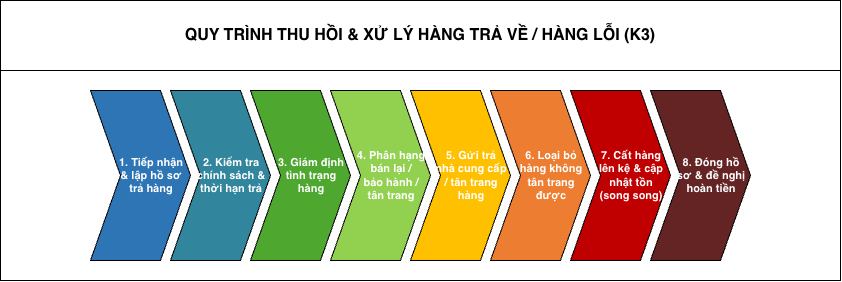
Above: docs/workspaces/NguyenCongHung/svg/bpmn-chevron-k3.drawio.png in anthinh-io/bpm-acfc-vietnam-analysis (draw.io), before the change. Source tidied: cells renumbered, new cells last; positions are measured from the earlier drawing's top-left corner, leaving out a move shared by most shapes.
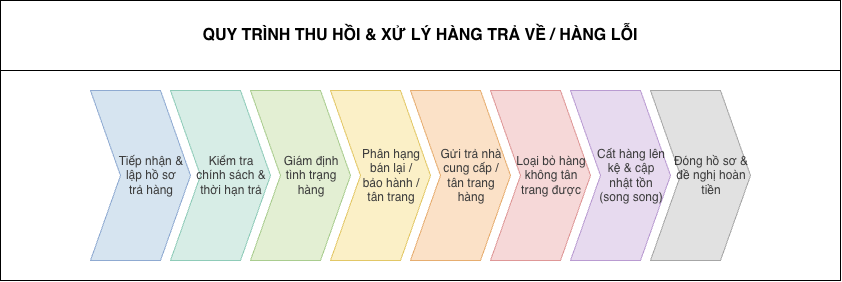
After the commit.

Change to the diagram source:
```diff
@@ -2,34 +2,34 @@
   <root>
     <mxCell id="0" />
     <mxCell id="1" parent="0" />
-    <mxCell id="2" value="QUY TRÌNH THU HỒI &amp; XỬ LÝ HÀNG TRẢ VỀ / HÀNG LỖI (K3)" style="rounded=0;whiteSpace=wrap;html=1;align=center;verticalAlign=middle;fontSize=16;fontStyle=1;fontColor=#000000;" parent="1" vertex="1">
+    <mxCell id="2" value="QUY TRÌNH THU HỒI &amp; XỬ LÝ HÀNG TRẢ VỀ / HÀNG LỖI" style="rounded=0;whiteSpace=wrap;html=1;align=center;verticalAlign=middle;fontSize=16;fontStyle=1;fontColor=#000000;" parent="1" vertex="1">
       <mxGeometry width="840" height="70" as="geometry" />
     </mxCell>
     <mxCell id="3" style="rounded=0;whiteSpace=wrap;html=1;" parent="1" vertex="1">
       <mxGeometry y="70" width="840" height="210" as="geometry" />
     </mxCell>
-    <mxCell id="4" value="1. Tiếp nhận&lt;br&gt;&amp; lập hồ sơ&lt;br&gt;trả hàng" style="html=1;shadow=0;dashed=0;align=center;verticalAlign=middle;shape=mxgraph.arrows2.arrow;dy=0;dx=30;notch=30;whiteSpace=wrap;spacingLeft=22;fillColor=#2E75B6;strokeColor=#000000;fontColor=#ffffff;fontSize=11;fontStyle=1;" parent="1" vertex="1">
+    <mxCell id="4" value="Tiếp nhận &amp;&lt;br&gt;lập hồ sơ&lt;br&gt;trả hàng" style="html=1;shadow=0;dashed=0;align=center;verticalAlign=middle;shape=mxgraph.arrows2.arrow;dy=0;dx=30;notch=30;whiteSpace=wrap;spacingLeft=22;fillColor=#D6E4F0;strokeColor=#8FAAD1;fontColor=#3B3B3B;fontSize=12;fontStyle=0;" parent="1" vertex="1">
       <mxGeometry x="90" y="90" width="100" height="170" as="geometry" />
     </mxCell>
-    <mxCell id="5" value="2. Kiểm tra&lt;br&gt;chính sách &amp;&lt;br&gt;thời hạn trả" style="html=1;shadow=0;dashed=0;align=center;verticalAlign=middle;shape=mxgraph.arrows2.arrow;dy=0;dx=30;notch=30;whiteSpace=wrap;spacingLeft=22;fillColor=#31859C;strokeColor=#000000;fontColor=#ffffff;fontSize=11;fontStyle=1;" parent="1" vertex="1">
+    <mxCell id="5" value="Kiểm tra&lt;br&gt;chính sách &amp;&lt;br&gt;thời hạn trả" style="html=1;shadow=0;dashed=0;align=center;verticalAlign=middle;shape=mxgraph.arrows2.arrow;dy=0;dx=30;notch=30;whiteSpace=wrap;spacingLeft=22;fillColor=#D7EDE6;strokeColor=#8FCBB8;fontColor=#3B3B3B;fontSize=12;fontStyle=0;" parent="1" vertex="1">
       <mxGeometry x="170" y="90" width="100" height="170" as="geometry" />
     </mxCell>
-    <mxCell id="6" value="3. Giám định&lt;br&gt;tình trạng&lt;br&gt;hàng" style="html=1;shadow=0;dashed=0;align=center;verticalAlign=middle;shape=mxgraph.arrows2.arrow;dy=0;dx=30;notch=30;whiteSpace=wrap;spacingLeft=22;fillColor=#4EA72E;strokeColor=#000000;fontColor=#ffffff;fontSize=11;fontStyle=1;" parent="1" vertex="1">
+    <mxCell id="6" value="Giám định&lt;br&gt;tình trạng&lt;br&gt;hàng" style="html=1;shadow=0;dashed=0;align=center;verticalAlign=middle;shape=mxgraph.arrows2.arrow;dy=0;dx=30;notch=30;whiteSpace=wrap;spacingLeft=22;fillColor=#E3EFD3;strokeColor=#A9CC8F;fontColor=#3B3B3B;fontSize=12;fontStyle=0;" parent="1" vertex="1">
       <mxGeometry x="250" y="90" width="100" height="170" as="geometry" />
     </mxCell>
-    <mxCell id="7" value="4. Phân hạng&lt;br&gt;bán lại /&lt;br&gt;bảo hành /&lt;br&gt;tân trang" style="html=1;shadow=0;dashed=0;align=center;verticalAlign=middle;shape=mxgraph.arrows2.arrow;dy=0;dx=30;notch=30;whiteSpace=wrap;spacingLeft=22;fillColor=#92D050;strokeColor=#000000;fontColor=#ffffff;fontSize=11;fontStyle=1;" parent="1" vertex="1">
+    <mxCell id="7" value="Phân hạng&lt;br&gt;bán lại /&lt;br&gt;bảo hành /&lt;br&gt;tân trang" style="html=1;shadow=0;dashed=0;align=center;verticalAlign=middle;shape=mxgraph.arrows2.arrow;dy=0;dx=30;notch=30;whiteSpace=wrap;spacingLeft=22;fillColor=#FBF0C7;strokeColor=#E2C766;fontColor=#3B3B3B;fontSize=12;fontStyle=0;" parent="1" vertex="1">
       <mxGeometry x="330" y="90" width="100" height="170" as="geometry" />
     </mxCell>
-    <mxCell id="8" value="5. Gửi trả&lt;br&gt;nhà cung cấp&lt;br&gt;/ tân trang&lt;br&gt;hàng" style="html=1;shadow=0;dashed=0;align=center;verticalAlign=middle;shape=mxgraph.arrows2.arrow;dy=0;dx=30;notch=30;whiteSpace=wrap;spacingLeft=22;fillColor=#FFC000;strokeColor=#000000;fontColor=#ffffff;fontSize=11;fontStyle=1;" parent="1" vertex="1">
+    <mxCell id="8" value="Gửi trả nhà&lt;br&gt;cung cấp /&lt;br&gt;tân trang&lt;br&gt;hàng" style="html=1;shadow=0;dashed=0;align=center;verticalAlign=middle;shape=mxgraph.arrows2.arrow;dy=0;dx=30;notch=30;whiteSpace=wrap;spacingLeft=22;fillColor=#FBE1C7;strokeColor=#E6AD70;fontColor=#3B3B3B;fontSize=12;fontStyle=0;" parent="1" vertex="1">
       <mxGeometry x="410" y="90" width="100" height="170" as="geometry" />
     </mxCell>
-    <mxCell id="9" value="6. Loại bỏ&lt;br&gt;hàng không&lt;br&gt;tân trang&lt;br&gt;được" style="html=1;shadow=0;dashed=0;align=center;verticalAlign=middle;shape=mxgraph.arrows2.arrow;dy=0;dx=30;notch=30;whiteSpace=wrap;spacingLeft=22;fillColor=#ED7D31;strokeColor=#000000;fontColor=#ffffff;fontSize=11;fontStyle=1;" parent="1" vertex="1">
+    <mxCell id="9" value="Loại bỏ hàng&lt;br&gt;không tân&lt;br&gt;trang được" style="html=1;shadow=0;dashed=0;align=center;verticalAlign=middle;shape=mxgraph.arrows2.arrow;dy=0;dx=30;notch=30;whiteSpace=wrap;spacingLeft=22;fillColor=#F6D8D8;strokeColor=#DE9797;fontColor=#3B3B3B;fontSize=12;fontStyle=0;" parent="1" vertex="1">
       <mxGeometry x="490" y="90" width="100" height="170" as="geometry" />
     </mxCell>
-    <mxCell id="10" value="7. Cất hàng&lt;br&gt;lên kệ &amp; cập&lt;br&gt;nhật tồn&lt;br&gt;(song song)" style="html=1;shadow=0;dashed=0;align=center;verticalAlign=middle;shape=mxgraph.arrows2.arrow;dy=0;dx=30;notch=30;whiteSpace=wrap;spacingLeft=22;fillColor=#C00000;strokeColor=#000000;fontColor=#ffffff;fontSize=11;fontStyle=1;" parent="1" vertex="1">
+    <mxCell id="10" value="Cất hàng lên&lt;br&gt;kệ &amp; cập&lt;br&gt;nhật tồn&lt;br&gt;(song song)" style="html=1;shadow=0;dashed=0;align=center;verticalAlign=middle;shape=mxgraph.arrows2.arrow;dy=0;dx=30;notch=30;whiteSpace=wrap;spacingLeft=22;fillColor=#E7DAEF;strokeColor=#B99BD1;fontColor=#3B3B3B;fontSize=12;fontStyle=0;" parent="1" vertex="1">
       <mxGeometry x="570" y="90" width="100" height="170" as="geometry" />
     </mxCell>
-    <mxCell id="11" value="8. Đóng hồ&lt;br&gt;sơ &amp; đề nghị&lt;br&gt;hoàn tiền" style="html=1;shadow=0;dashed=0;align=center;verticalAlign=middle;shape=mxgraph.arrows2.arrow;dy=0;dx=30;notch=30;whiteSpace=wrap;spacingLeft=22;fillColor=#632423;strokeColor=#000000;fontColor=#ffffff;fontSize=11;fontStyle=1;" parent="1" vertex="1">
+    <mxCell id="11" value="Đóng hồ sơ &amp;&lt;br&gt;đề nghị hoàn&lt;br&gt;tiền" style="html=1;shadow=0;dashed=0;align=center;verticalAlign=middle;shape=mxgraph.arrows2.arrow;dy=0;dx=30;notch=30;whiteSpace=wrap;spacingLeft=22;fillColor=#E1E1E1;strokeColor=#A6A6A6;fontColor=#3B3B3B;fontSize=12;fontStyle=0;" parent="1" vertex="1">
       <mxGeometry x="650" y="90" width="100" height="170" as="geometry" />
     </mxCell>
   </root>
```
